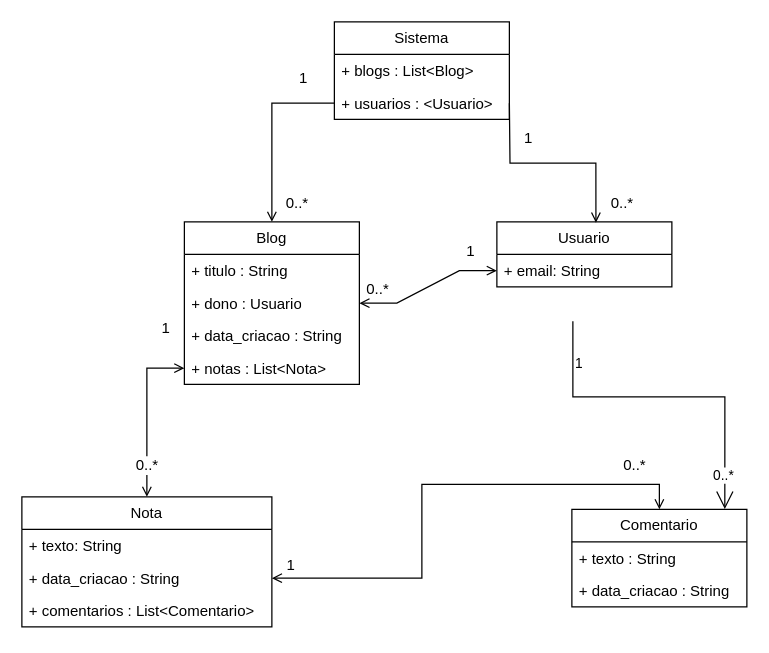
JPleal01/Engenharia_Software keeps this draw.io diagram as Diagrama sem nome.drawio. Above is the earlier version. Source tidied: cells renumbered, new cells numbered last; positions are measured from the earlier drawing's top-left corner, leaving out a move shared by most shapes. Both pictures are drawn from the tidied source at 125%, with x=0, y=0 at pixel (21, 21).
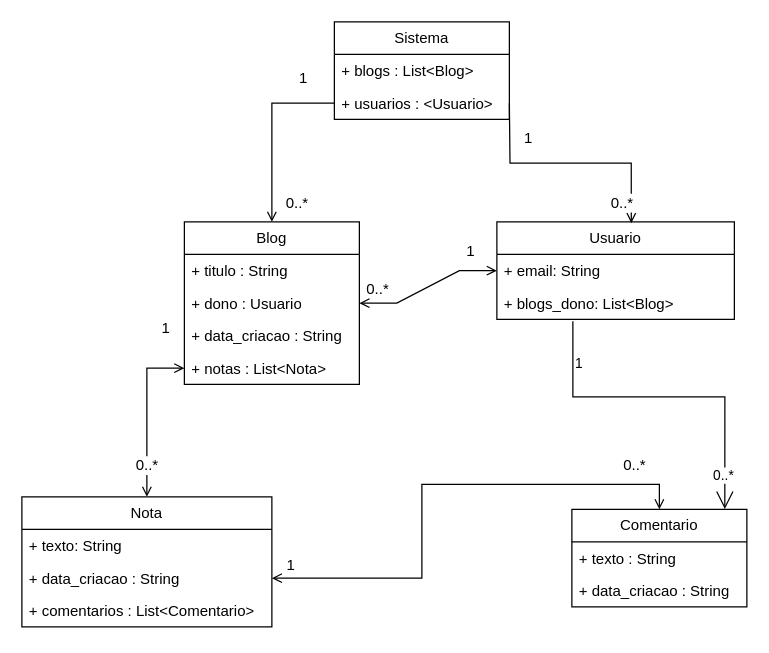
After the change.

Commit message:
Correção_Usuario

The edit, as a diff of the source:
```diff
@@
     <mxCell id="14" value="Usuario" style="swimlane;fontStyle=0;horizontal=1;startSize=26;fillColor=none;whiteSpace=wrap;html=1;" parent="1" vertex="1">
-      <mxGeometry x="380" y="160" width="140" height="52" as="geometry" />
+      <mxGeometry x="380" y="160" width="190" height="78" as="geometry" />
     </mxCell>
     <mxCell id="15" value="+ email: String" style="text;strokeColor=none;fillColor=none;align=left;verticalAlign=top;spacingLeft=4;spacingRight=4;overflow=hidden;points=[[0,0.5],[1,0.5]];portConstraint=eastwest;whiteSpace=wrap;html=1;" parent="14" vertex="1">
-      <mxGeometry y="26" width="140" height="26" as="geometry" />
+      <mxGeometry y="26" width="190" height="26" as="geometry" />
     </mxCell>
+    <mxCell id="37" value="+ blogs_dono: List&amp;lt;Blog&amp;gt;" style="text;strokeColor=none;fillColor=none;align=left;verticalAlign=top;spacingLeft=4;spacingRight=4;overflow=hidden;whiteSpace=wrap;html=1;" parent="14" vertex="1">
+      <mxGeometry y="52" width="190" height="26" as="geometry" />
+    </mxCell>
```
